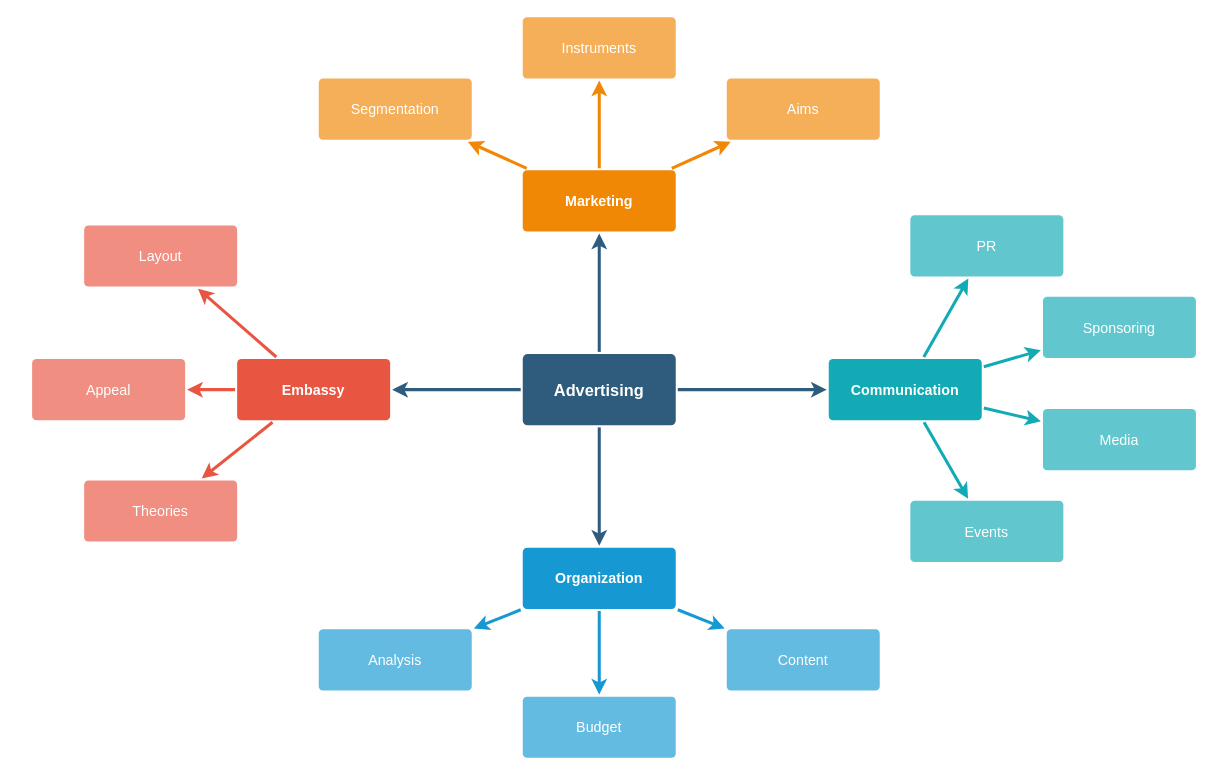
Before: MAPAS MENTALES/Diagrama sin título.drawio in Jose85100/DIAGRAMAS, a draw.io diagram. Source tidied: cells renumbered, new cells numbered last; positions are measured from the earlier drawing's top-left corner, leaving out a move shared by most shapes. Both pictures are drawn from the tidied source at 102%, with x=0, y=0 at pixel (32, 16).
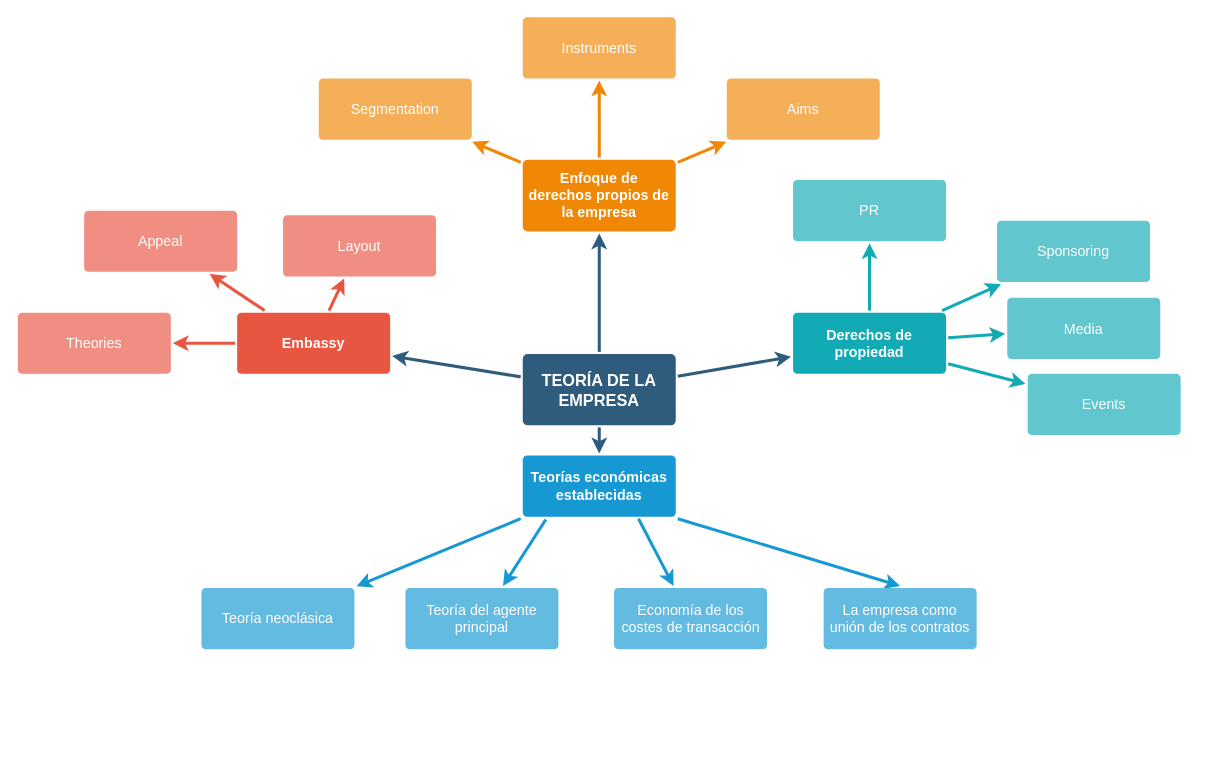
The same diagram, later.

The edit, as a diff of the source:
```diff
@@
-    <mxCell id="6" value="Advertising" style="rounded=1;whiteSpace=wrap;html=1;shadow=0;labelBackgroundColor=none;strokeColor=none;strokeWidth=3;fillColor=#2F5B7C;fontFamily=Helvetica;fontSize=16;fontColor=#FFFFFF;align=center;fontStyle=1;spacing=5;arcSize=7;perimeterSpacing=2;" parent="1" vertex="1">
+    <mxCell id="6" value="TEORÍA DE LA EMPRESA" style="rounded=1;whiteSpace=wrap;html=1;shadow=0;labelBackgroundColor=none;strokeColor=none;strokeWidth=3;fillColor=#2F5B7C;fontFamily=Helvetica;fontSize=16;fontColor=#FFFFFF;align=center;fontStyle=1;spacing=5;arcSize=7;perimeterSpacing=2;" parent="1" vertex="1">
       <mxGeometry x="481" y="330.5" width="150" height="70" as="geometry" />
     </mxCell>
@@
     <mxCell id="10" value="Embassy" style="rounded=1;whiteSpace=wrap;html=1;shadow=0;labelBackgroundColor=none;strokeColor=none;strokeWidth=3;fillColor=#e85642;fontFamily=Helvetica;fontSize=14;fontColor=#FFFFFF;align=center;spacing=5;fontStyle=1;arcSize=7;perimeterSpacing=2;" parent="1" vertex="1">
-      <mxGeometry x="201" y="335.5" width="150" height="60" as="geometry" />
+      <mxGeometry x="201" y="290" width="150" height="60" as="geometry" />
     </mxCell>
     <mxCell id="11" value="Theories" style="rounded=1;whiteSpace=wrap;html=1;shadow=0;labelBackgroundColor=none;strokeColor=none;strokeWidth=3;fillColor=#f08e81;fontFamily=Helvetica;fontSize=14;fontColor=#FFFFFF;align=center;spacing=5;fontStyle=0;arcSize=7;perimeterSpacing=2;" parent="1" vertex="1">
-      <mxGeometry x="51" y="454.5" width="150" height="60" as="geometry" />
+      <mxGeometry x="-14" y="290" width="150" height="60" as="geometry" />
     </mxCell>
     <mxCell id="12" value="Appeal" style="rounded=1;whiteSpace=wrap;html=1;shadow=0;labelBackgroundColor=none;strokeColor=none;strokeWidth=3;fillColor=#f08e81;fontFamily=Helvetica;fontSize=14;fontColor=#FFFFFF;align=center;spacing=5;fontStyle=0;arcSize=7;perimeterSpacing=2;" parent="1" vertex="1">
-      <mxGeometry y="335.5" width="150" height="60" as="geometry" />
+      <mxGeometry x="51" y="190" width="150" height="60" as="geometry" />
     </mxCell>
     <mxCell id="13" value="Layout" style="rounded=1;whiteSpace=wrap;html=1;shadow=0;labelBackgroundColor=none;strokeColor=none;strokeWidth=3;fillColor=#f08e81;fontFamily=Helvetica;fontSize=14;fontColor=#FFFFFF;align=center;spacing=5;fontStyle=0;arcSize=7;perimeterSpacing=2;" parent="1" vertex="1">
-      <mxGeometry x="51" y="204.5" width="150" height="60" as="geometry" />
+      <mxGeometry x="246" y="194.5" width="150" height="60" as="geometry" />
     </mxCell>
-    <mxCell id="14" style="edgeStyle=none;rounded=0;jumpStyle=none;html=1;shadow=0;labelBackgroundColor=none;startArrow=none;startFill=0;endArrow=classic;endFill=1;jettySize=auto;strokeColor=#1699D3;strokeWidth=3;fontFamily=Helvetica;fontSize=14;fontColor=#FFFFFF;spacing=5;" parent="1" edge="1" source="17" target="20">
+    <mxCell id="14" style="edgeStyle=none;rounded=0;jumpStyle=none;html=1;shadow=0;labelBackgroundColor=none;startArrow=none;startFill=0;endArrow=classic;endFill=1;jettySize=auto;strokeColor=#1699D3;strokeWidth=3;fontFamily=Helvetica;fontSize=14;fontColor=#FFFFFF;spacing=5;exitX=0;exitY=1;exitDx=0;exitDy=0;" parent="1" edge="1" source="17" target="20">
       <mxGeometry relative="1" as="geometry" />
     </mxCell>
-    <mxCell id="15" style="edgeStyle=none;rounded=0;jumpStyle=none;html=1;shadow=0;labelBackgroundColor=none;startArrow=none;startFill=0;endArrow=classic;endFill=1;jettySize=auto;strokeColor=#1699D3;strokeWidth=3;fontFamily=Helvetica;fontSize=14;fontColor=#FFFFFF;spacing=5;" parent="1" edge="1" source="17" target="19">
+    <mxCell id="15" style="edgeStyle=none;rounded=0;jumpStyle=none;html=1;shadow=0;labelBackgroundColor=none;startArrow=none;startFill=0;endArrow=classic;endFill=1;jettySize=auto;strokeColor=#1699D3;strokeWidth=3;fontFamily=Helvetica;fontSize=14;fontColor=#FFFFFF;spacing=5;exitX=0.16;exitY=1.012;exitDx=0;exitDy=0;exitPerimeter=0;" parent="1" edge="1" source="17" target="19">
       <mxGeometry relative="1" as="geometry" />
     </mxCell>
-    <mxCell id="16" style="edgeStyle=none;rounded=0;jumpStyle=none;html=1;shadow=0;labelBackgroundColor=none;startArrow=none;startFill=0;endArrow=classic;endFill=1;jettySize=auto;strokeColor=#1699D3;strokeWidth=3;fontFamily=Helvetica;fontSize=14;fontColor=#FFFFFF;spacing=5;" parent="1" edge="1" source="17" target="18">
+    <mxCell id="16" style="edgeStyle=none;rounded=0;jumpStyle=none;html=1;shadow=0;labelBackgroundColor=none;startArrow=none;startFill=0;endArrow=classic;endFill=1;jettySize=auto;strokeColor=#1699D3;strokeWidth=3;fontFamily=Helvetica;fontSize=14;fontColor=#FFFFFF;spacing=5;exitX=0.75;exitY=1;exitDx=0;exitDy=0;" parent="1" edge="1" source="17" target="18">
       <mxGeometry relative="1" as="geometry" />
     </mxCell>
-    <mxCell id="17" value="Organization" style="rounded=1;whiteSpace=wrap;html=1;shadow=0;labelBackgroundColor=none;strokeColor=none;strokeWidth=3;fillColor=#1699d3;fontFamily=Helvetica;fontSize=14;fontColor=#FFFFFF;align=center;spacing=5;fontStyle=1;arcSize=7;perimeterSpacing=2;" parent="1" vertex="1">
-      <mxGeometry x="481" y="520.5" width="150" height="60" as="geometry" />
+    <mxCell id="17" value="Teorías económicas establecidas" style="rounded=1;whiteSpace=wrap;html=1;shadow=0;labelBackgroundColor=none;strokeColor=none;strokeWidth=3;fillColor=#1699d3;fontFamily=Helvetica;fontSize=14;fontColor=#FFFFFF;align=center;spacing=5;fontStyle=1;arcSize=7;perimeterSpacing=2;" parent="1" vertex="1">
+      <mxGeometry x="481" y="430" width="150" height="60" as="geometry" />
     </mxCell>
-    <mxCell id="18" value="Content" style="rounded=1;whiteSpace=wrap;html=1;shadow=0;labelBackgroundColor=none;strokeColor=none;strokeWidth=3;fillColor=#64bbe2;fontFamily=Helvetica;fontSize=14;fontColor=#FFFFFF;align=center;spacing=5;arcSize=7;perimeterSpacing=2;" parent="1" vertex="1">
-      <mxGeometry x="681" y="600.5" width="150" height="60" as="geometry" />
+    <mxCell id="18" value="Economía de los costes de transacción" style="rounded=1;whiteSpace=wrap;html=1;shadow=0;labelBackgroundColor=none;strokeColor=none;strokeWidth=3;fillColor=#64bbe2;fontFamily=Helvetica;fontSize=14;fontColor=#FFFFFF;align=center;spacing=5;arcSize=7;perimeterSpacing=2;" parent="1" vertex="1">
+      <mxGeometry x="570.5" y="560" width="150" height="60" as="geometry" />
     </mxCell>
-    <mxCell id="19" value="Budget" style="rounded=1;whiteSpace=wrap;html=1;shadow=0;labelBackgroundColor=none;strokeColor=none;strokeWidth=3;fillColor=#64bbe2;fontFamily=Helvetica;fontSize=14;fontColor=#FFFFFF;align=center;spacing=5;arcSize=7;perimeterSpacing=2;" parent="1" vertex="1">
-      <mxGeometry x="481" y="666.5" width="150" height="60" as="geometry" />
+    <mxCell id="19" value="Teoría del agente principal" style="rounded=1;whiteSpace=wrap;html=1;shadow=0;labelBackgroundColor=none;strokeColor=none;strokeWidth=3;fillColor=#64bbe2;fontFamily=Helvetica;fontSize=14;fontColor=#FFFFFF;align=center;spacing=5;arcSize=7;perimeterSpacing=2;" parent="1" vertex="1">
+      <mxGeometry x="366" y="560" width="150" height="60" as="geometry" />
     </mxCell>
-    <mxCell id="20" value="Analysis" style="rounded=1;whiteSpace=wrap;html=1;shadow=0;labelBackgroundColor=none;strokeColor=none;strokeWidth=3;fillColor=#64bbe2;fontFamily=Helvetica;fontSize=14;fontColor=#FFFFFF;align=center;spacing=5;arcSize=7;perimeterSpacing=2;" parent="1" vertex="1">
-      <mxGeometry x="281" y="600.5" width="150" height="60" as="geometry" />
+    <mxCell id="20" value="Teoría neoclásica" style="rounded=1;whiteSpace=wrap;html=1;shadow=0;labelBackgroundColor=none;strokeColor=none;strokeWidth=3;fillColor=#64bbe2;fontFamily=Helvetica;fontSize=14;fontColor=#FFFFFF;align=center;spacing=5;arcSize=7;perimeterSpacing=2;" parent="1" vertex="1">
+      <mxGeometry x="166" y="560" width="150" height="60" as="geometry" />
     </mxCell>
-    <mxCell id="21" value="Marketing" style="rounded=1;whiteSpace=wrap;html=1;shadow=0;labelBackgroundColor=none;strokeColor=none;strokeWidth=3;fillColor=#F08705;fontFamily=Helvetica;fontSize=14;fontColor=#FFFFFF;align=center;spacing=5;fontStyle=1;arcSize=7;perimeterSpacing=2;" parent="1" vertex="1">
-      <mxGeometry x="481" y="150.5" width="150" height="60" as="geometry" />
+    <mxCell id="21" value="&lt;p class=&quot;MsoNormal&quot;&gt;Enfoque de derechos propios de la empresa&lt;/p&gt;" style="rounded=1;whiteSpace=wrap;html=1;shadow=0;labelBackgroundColor=none;strokeColor=none;strokeWidth=3;fillColor=#F08705;fontFamily=Helvetica;fontSize=14;fontColor=#FFFFFF;align=center;spacing=5;fontStyle=1;arcSize=7;perimeterSpacing=2;" parent="1" vertex="1">
+      <mxGeometry x="481" y="140" width="150" height="70.5" as="geometry" />
     </mxCell>
@@
-    <mxCell id="28" value="Communication" style="rounded=1;whiteSpace=wrap;html=1;shadow=0;labelBackgroundColor=none;strokeColor=none;strokeWidth=3;fillColor=#12aab5;fontFamily=Helvetica;fontSize=14;fontColor=#FFFFFF;align=center;spacing=5;fontStyle=1;arcSize=7;perimeterSpacing=2;" parent="1" vertex="1">
-      <mxGeometry x="781" y="335.5" width="150" height="60" as="geometry" />
+    <mxCell id="28" value="Derechos de propiedad" style="rounded=1;whiteSpace=wrap;html=1;shadow=0;labelBackgroundColor=none;strokeColor=none;strokeWidth=3;fillColor=#12aab5;fontFamily=Helvetica;fontSize=14;fontColor=#FFFFFF;align=center;spacing=5;fontStyle=1;arcSize=7;perimeterSpacing=2;" parent="1" vertex="1">
+      <mxGeometry x="746" y="290" width="150" height="60" as="geometry" />
     </mxCell>
     <mxCell id="29" value="Events" style="rounded=1;whiteSpace=wrap;html=1;shadow=0;labelBackgroundColor=none;strokeColor=none;strokeWidth=3;fillColor=#61c6ce;fontFamily=Helvetica;fontSize=14;fontColor=#FFFFFF;align=center;spacing=5;fontStyle=0;arcSize=7;perimeterSpacing=2;" parent="1" vertex="1">
-      <mxGeometry x="861" y="474.5" width="150" height="60" as="geometry" />
+      <mxGeometry x="976" y="350" width="150" height="60" as="geometry" />
     </mxCell>
@@
     <mxCell id="31" value="Media" style="rounded=1;whiteSpace=wrap;html=1;shadow=0;labelBackgroundColor=none;strokeColor=none;strokeWidth=3;fillColor=#61c6ce;fontFamily=Helvetica;fontSize=14;fontColor=#FFFFFF;align=center;spacing=5;fontStyle=0;arcSize=7;perimeterSpacing=2;" parent="1" vertex="1">
-      <mxGeometry x="991" y="384.5" width="150" height="60" as="geometry" />
+      <mxGeometry x="956" y="275.5" width="150" height="60" as="geometry" />
     </mxCell>
@@
     <mxCell id="33" value="Sponsoring" style="rounded=1;whiteSpace=wrap;html=1;shadow=0;labelBackgroundColor=none;strokeColor=none;strokeWidth=3;fillColor=#61c6ce;fontFamily=Helvetica;fontSize=14;fontColor=#FFFFFF;align=center;spacing=5;fontStyle=0;arcSize=7;perimeterSpacing=2;" parent="1" vertex="1">
-      <mxGeometry x="991" y="274.5" width="150" height="60" as="geometry" />
+      <mxGeometry x="946" y="200" width="150" height="60" as="geometry" />
     </mxCell>
@@
     <mxCell id="35" value="PR" style="rounded=1;whiteSpace=wrap;html=1;shadow=0;labelBackgroundColor=none;strokeColor=none;strokeWidth=3;fillColor=#61c6ce;fontFamily=Helvetica;fontSize=14;fontColor=#FFFFFF;align=center;spacing=5;fontStyle=0;arcSize=7;perimeterSpacing=2;" parent="1" vertex="1">
-      <mxGeometry x="861" y="194.5" width="150" height="60" as="geometry" />
+      <mxGeometry x="746" y="160" width="150" height="60" as="geometry" />
     </mxCell>
@@
+    <mxCell id="37" style="edgeStyle=none;rounded=0;jumpStyle=none;html=1;shadow=0;labelBackgroundColor=none;startArrow=none;startFill=0;endArrow=classic;endFill=1;jettySize=auto;strokeColor=#1699D3;strokeWidth=3;fontFamily=Helvetica;fontSize=14;fontColor=#FFFFFF;spacing=5;exitX=1;exitY=1;exitDx=0;exitDy=0;entryX=0.5;entryY=0;entryDx=0;entryDy=0;" parent="1" edge="1" source="17" target="38">
+      <mxGeometry relative="1" as="geometry" />
+    </mxCell>
+    <mxCell id="38" value="La empresa como unión de los contratos" style="rounded=1;whiteSpace=wrap;html=1;shadow=0;labelBackgroundColor=none;strokeColor=none;strokeWidth=3;fillColor=#64bbe2;fontFamily=Helvetica;fontSize=14;fontColor=#FFFFFF;align=center;spacing=5;arcSize=7;perimeterSpacing=2;" parent="1" vertex="1">
+      <mxGeometry x="776" y="560" width="150" height="60" as="geometry" />
+    </mxCell>
```
